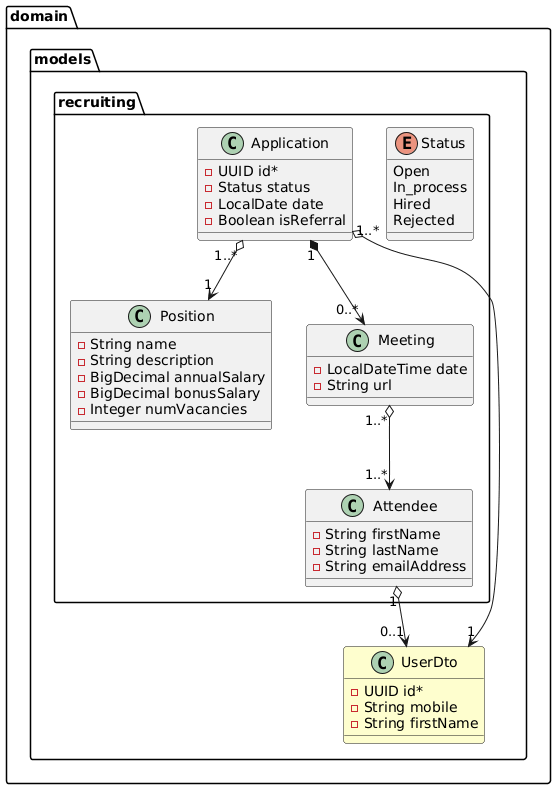
Earlier version of the PlantUML export docs/recruiting.png (miw-upm/apaw-practice). Source of this version:
```plantuml
@startuml
package domain {
  package models {
    package recruiting {
      class Application {
        -UUID id*
        -Status status
        -LocalDate date
        -Boolean isReferral
      }
      class Position {
        -String name
        -String description
        -BigDecimal annualSalary
        -BigDecimal bonusSalary
        -Integer numVacancies
      }
      class Meeting {
        -LocalDateTime date
        -String url
      }
      class Attendee {
        -String firstName
        -String lastName
        -String emailAddress
      }
      enum Status {
        Open
        In_process
        Hired
        Rejected
      }

      Application "1..*" o--> "1" Position
      Application "1" *--> "0..*" Meeting
      Meeting "1..*" o--> "1..*" Attendee
    }
    class UserDto #FEFECE {
      -UUID id*
      -String mobile
      -String firstName
    }
    Application "1..*" o--> "1" UserDto
    Attendee "1" o--> "0..1" UserDto
  }
}
@enduml
```
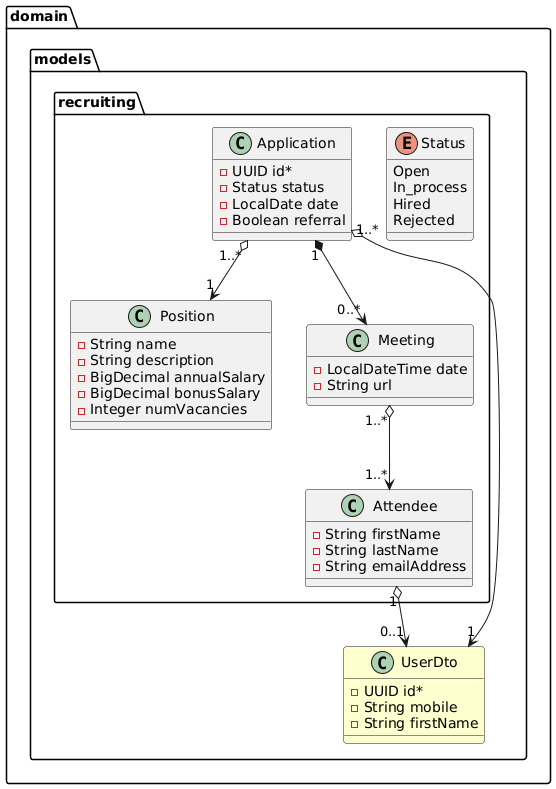
After the change.

Commit message:
added Recruiting improving ApplicationEntity #1169

Change to the diagram source:
```diff
@@ -6,7 +6,7 @@
         -UUID id*
         -Status status
         -LocalDate date
-        -Boolean isReferral
+        -Boolean referral
       }
       class Position {
         -String name
```
